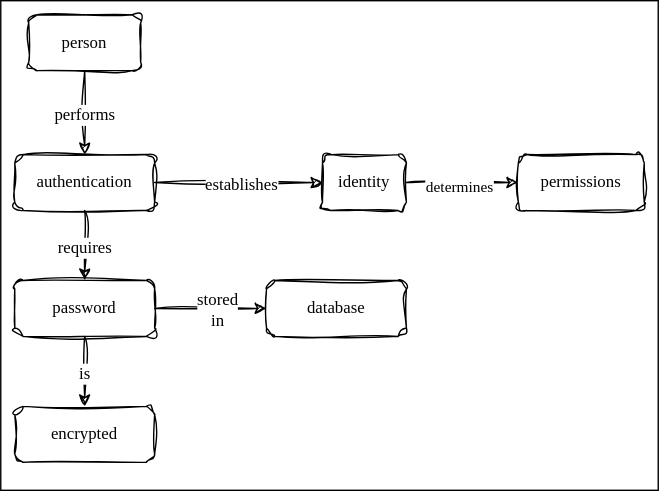
This is 12_auth/auth_concept_map.svg from lessonomicon/webonomicon, a draw.io export, as it was before one commit. Source tidied: cells renumbered, new cells last; positions are measured from the earlier drawing's top-left corner, leaving out a move shared by most shapes.
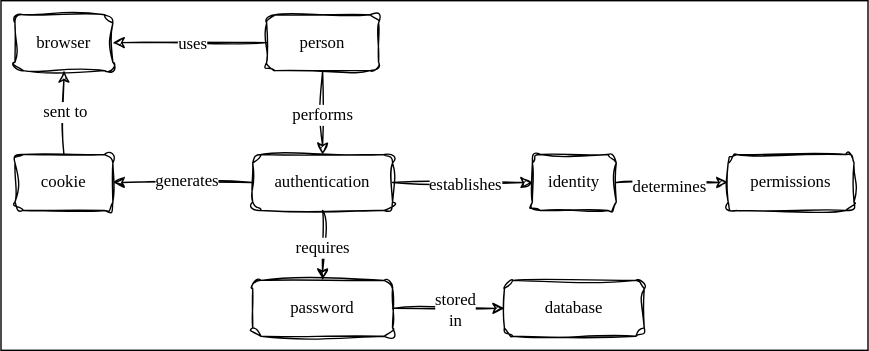
The same file after the commit.

Commit message:
feature: concept map for encryption

Diff of the diagram source:
```diff
@@ -2,8 +2,8 @@
   <root>
     <mxCell id="0" />
     <mxCell id="1" parent="0" />
-    <mxCell id="2" style="rounded=0;whiteSpace=wrap;html=1;" parent="1" vertex="1">
-      <mxGeometry width="470" height="350" as="geometry" />
+    <mxCell id="2" style="rounded=0;whiteSpace=wrap;html=1;fontFamily=Comic Sans MS;fontSize=12;" parent="1" vertex="1">
+      <mxGeometry x="-170" width="620" height="250" as="geometry" />
     </mxCell>
     <mxCell id="3" value="person" style="rounded=1;whiteSpace=wrap;html=1;fillColor=none;sketch=1;curveFitting=1;jiggle=2;fontFamily=Comic Sans MS;fontSize=12;" parent="1" vertex="1">
       <mxGeometry x="20" y="10" width="80" height="40" as="geometry" />
@@ -12,7 +12,7 @@
       <mxGeometry x="10" y="110" width="100" height="40" as="geometry" />
     </mxCell>
     <mxCell id="5" value="identity" style="rounded=1;whiteSpace=wrap;html=1;fillColor=none;sketch=1;curveFitting=1;jiggle=2;fontFamily=Comic Sans MS;fontSize=12;" parent="1" vertex="1">
-      <mxGeometry x="230" y="110" width="60" height="40" as="geometry" />
+      <mxGeometry x="210" y="110" width="60" height="40" as="geometry" />
     </mxCell>
     <mxCell id="6" style="endArrow=classic;html=1;rounded=0;sketch=1;curveFitting=1;jiggle=2;fontFamily=Comic Sans MS;fontSize=12;" parent="1" edge="1" source="3" target="4">
       <mxGeometry relative="1" as="geometry" />
@@ -44,23 +44,38 @@
     <mxCell id="15" value="stored&lt;div style=&quot;font-size: 12px;&quot;&gt;in&lt;/div&gt;" style="edgeLabel;html=1;align=center;verticalAlign=middle;fontFamily=Comic Sans MS;fontSize=12;" parent="14" vertex="1">
       <mxGeometry x="0.1" relative="1" as="geometry" />
     </mxCell>
-    <mxCell id="16" value="encrypted" style="rounded=1;whiteSpace=wrap;html=1;fillColor=none;sketch=1;curveFitting=1;jiggle=2;fontFamily=Comic Sans MS;fontSize=12;" parent="1" vertex="1">
-      <mxGeometry x="10" y="290" width="100" height="40" as="geometry" />
-    </mxCell>
-    <mxCell id="17" style="endArrow=classic;html=1;rounded=0;sketch=1;curveFitting=1;jiggle=2;fontFamily=Comic Sans MS;fontSize=12;" parent="1" edge="1" source="10" target="16">
-      <mxGeometry relative="1" as="geometry" />
-    </mxCell>
-    <mxCell id="18" value="is" style="edgeLabel;html=1;align=center;verticalAlign=middle;fontFamily=Comic Sans MS;fontSize=12;" parent="17" vertex="1">
-      <mxGeometry x="0.03" y="-1" relative="1" as="geometry" />
-    </mxCell>
     <mxCell id="19" value="permissions" style="rounded=1;whiteSpace=wrap;html=1;fillColor=none;sketch=1;curveFitting=1;jiggle=2;fontFamily=Comic Sans MS;fontSize=12;" parent="1" vertex="1">
-      <mxGeometry x="370" y="110" width="90" height="40" as="geometry" />
+      <mxGeometry x="350" y="110" width="90" height="40" as="geometry" />
     </mxCell>
-    <mxCell id="20" style="endArrow=classic;html=1;rounded=0;sketch=1;curveFitting=1;jiggle=2;fontFamily=Comic Sans MS;" parent="1" edge="1" source="5" target="19">
+    <mxCell id="20" style="endArrow=classic;html=1;rounded=0;sketch=1;curveFitting=1;jiggle=2;fontFamily=Comic Sans MS;fontSize=12;" parent="1" edge="1" source="5" target="19">
       <mxGeometry relative="1" as="geometry" />
     </mxCell>
-    <mxCell id="21" value="determines" style="edgeLabel;html=1;align=center;verticalAlign=middle;fontFamily=Comic Sans MS;" parent="20" vertex="1">
+    <mxCell id="21" value="determines" style="edgeLabel;html=1;align=center;verticalAlign=middle;fontFamily=Comic Sans MS;fontSize=12;" parent="20" vertex="1">
       <mxGeometry x="-0.09" y="-2" relative="1" as="geometry" />
     </mxCell>
+    <mxCell id="22" value="cookie" style="rounded=1;whiteSpace=wrap;html=1;fillColor=none;sketch=1;curveFitting=1;jiggle=2;fontFamily=Comic Sans MS;fontSize=12;" parent="1" vertex="1">
+      <mxGeometry x="-160" y="110" width="70" height="40" as="geometry" />
+    </mxCell>
+    <mxCell id="23" style="endArrow=classic;html=1;rounded=0;sketch=1;hachureGap=4;jiggle=2;curveFitting=1;fontFamily=Comic Sans MS;fontSize=12;" parent="1" edge="1" source="4" target="22">
+      <mxGeometry relative="1" as="geometry" />
+    </mxCell>
+    <mxCell id="24" value="generates" style="edgeLabel;html=1;align=center;verticalAlign=middle;sketch=1;hachureGap=4;jiggle=2;curveFitting=1;fontFamily=Comic Sans MS;fontSize=12;" parent="23" vertex="1">
+      <mxGeometry x="-0.04" y="-2" relative="1" as="geometry" />
+    </mxCell>
+    <mxCell id="25" value="browser" style="rounded=1;whiteSpace=wrap;html=1;fillColor=none;sketch=1;curveFitting=1;jiggle=2;fontFamily=Comic Sans MS;fontSize=12;" parent="1" vertex="1">
+      <mxGeometry x="-160" y="10" width="70" height="40" as="geometry" />
+    </mxCell>
+    <mxCell id="26" style="endArrow=classic;html=1;rounded=0;sketch=1;hachureGap=4;jiggle=2;curveFitting=1;fontFamily=Comic Sans MS;fontSize=12;" parent="1" edge="1" source="22" target="25">
+      <mxGeometry relative="1" as="geometry" />
+    </mxCell>
+    <mxCell id="27" value="sent to" style="edgeLabel;html=1;align=center;verticalAlign=middle;sketch=1;hachureGap=4;jiggle=2;curveFitting=1;fontFamily=Comic Sans MS;fontSize=12;" parent="26" vertex="1">
+      <mxGeometry x="0.03" relative="1" as="geometry" />
+    </mxCell>
+    <mxCell id="28" style="endArrow=classic;html=1;rounded=0;sketch=1;hachureGap=4;jiggle=2;curveFitting=1;fontFamily=Comic Sans MS;fontSize=12;" parent="1" edge="1" source="3" target="25">
+      <mxGeometry relative="1" as="geometry" />
+    </mxCell>
+    <mxCell id="29" value="uses" style="edgeLabel;html=1;align=center;verticalAlign=middle;sketch=1;hachureGap=4;jiggle=2;curveFitting=1;fontFamily=Comic Sans MS;fontSize=12;" parent="28" vertex="1">
+      <mxGeometry x="-0.02" relative="1" as="geometry" />
+    </mxCell>
   </root>
 </mxGraphModel>
```
